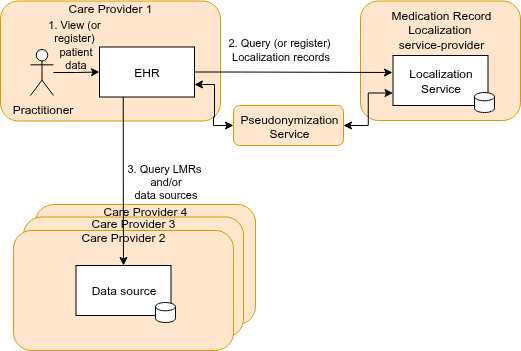
Earlier version of the draw.io export input/images/localization-overview-transactions.png (nuts-foundation/nl-generic-functions-ig). Source tidied: cells renumbered, new cells last; positions are measured from the earlier drawing's top-left corner, leaving out a move shared by most shapes.
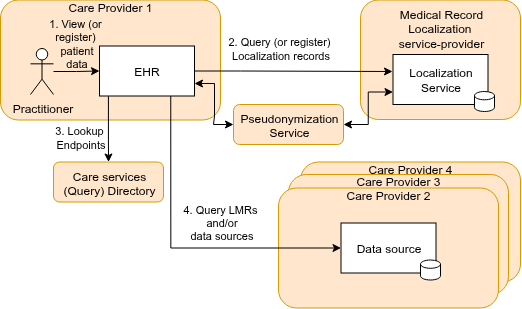
The same file after the commit.

What changed in the source:
```diff
@@ -3,10 +3,10 @@
     <mxCell id="0" />
     <mxCell id="1" parent="0" />
     <mxCell id="2" value="Care Provider 4" style="rounded=1;whiteSpace=wrap;html=1;verticalAlign=top;align=center;fillColor=#ffe6cc;strokeColor=#d79b00;spacing=-5;" parent="1" vertex="1">
-      <mxGeometry x="35" y="204" width="220" height="120" as="geometry" />
+      <mxGeometry x="300" y="162.5" width="220" height="120" as="geometry" />
     </mxCell>
     <mxCell id="3" value="Care Provider 3" style="rounded=1;whiteSpace=wrap;html=1;verticalAlign=top;align=center;fillColor=#ffe6cc;strokeColor=#d79b00;spacing=-5;" parent="1" vertex="1">
-      <mxGeometry x="23" y="216.5" width="220" height="120" as="geometry" />
+      <mxGeometry x="288" y="175" width="220" height="120" as="geometry" />
     </mxCell>
     <mxCell id="4" value="Care Provider 1" style="rounded=1;whiteSpace=wrap;html=1;verticalAlign=top;align=center;fillColor=#ffe6cc;strokeColor=#d79b00;spacing=-5;" parent="1" vertex="1">
       <mxGeometry y="0.5" width="220" height="120" as="geometry" />
@@ -31,7 +31,7 @@
     <mxCell id="10" value="EHR" style="rounded=0;whiteSpace=wrap;html=1;" parent="1" vertex="1">
       <mxGeometry x="99" y="46.5" width="95" height="50" as="geometry" />
     </mxCell>
-    <mxCell id="11" value="Medication Record Localization&amp;nbsp;&lt;div&gt;service-provider&lt;/div&gt;" style="rounded=1;whiteSpace=wrap;html=1;verticalAlign=top;align=center;fillColor=#ffe6cc;strokeColor=#d79b00;spacingLeft=9;horizontal=1;spacingRight=7;" parent="1" vertex="1">
+    <mxCell id="11" value="Medical Record Localization&amp;nbsp;&lt;div&gt;service-provider&lt;/div&gt;" style="rounded=1;whiteSpace=wrap;html=1;verticalAlign=top;align=center;fillColor=#ffe6cc;strokeColor=#d79b00;spacingLeft=9;horizontal=1;spacingRight=7;" parent="1" vertex="1">
       <mxGeometry x="360" y="0.5" width="160" height="119.5" as="geometry" />
     </mxCell>
     <mxCell id="12" style="edgeStyle=orthogonalEdgeStyle;rounded=0;jettySize=auto;html=1;exitX=1;exitY=0.5;exitDx=0;exitDy=0;entryX=0;entryY=0.5;entryDx=0;entryDy=0;" parent="1" edge="1" source="10">
@@ -49,20 +49,20 @@
       </mxGeometry>
     </mxCell>
     <mxCell id="14" value="Care Provider 2" style="rounded=1;whiteSpace=wrap;html=1;verticalAlign=top;align=center;fillColor=#ffe6cc;strokeColor=#d79b00;spacing=-5;" parent="1" vertex="1">
-      <mxGeometry x="13" y="230" width="220" height="120" as="geometry" />
+      <mxGeometry x="278" y="188.5" width="220" height="120" as="geometry" />
     </mxCell>
     <mxCell id="15" value="Data source" style="rounded=0;whiteSpace=wrap;html=1;" parent="1" vertex="1">
-      <mxGeometry x="75.5" y="265" width="95" height="50" as="geometry" />
+      <mxGeometry x="340.5" y="223.5" width="95" height="50" as="geometry" />
     </mxCell>
     <mxCell id="16" style="shape=cylinder3;whiteSpace=wrap;html=1;boundedLbl=1;backgroundOutline=1;size=4.14285714285711;" parent="1" vertex="1">
-      <mxGeometry x="155" y="302" width="20" height="20" as="geometry" />
+      <mxGeometry x="420" y="260.5" width="20" height="20" as="geometry" />
     </mxCell>
-    <mxCell id="17" style="edgeStyle=orthogonalEdgeStyle;rounded=0;jettySize=auto;html=1;exitX=0.25;exitY=1;exitDx=0;exitDy=0;" parent="1" edge="1" source="10" target="15">
+    <mxCell id="17" style="edgeStyle=orthogonalEdgeStyle;rounded=0;jettySize=auto;html=1;exitX=0.75;exitY=1;exitDx=0;exitDy=0;entryX=0;entryY=0.5;entryDx=0;entryDy=0;" parent="1" edge="1" source="10" target="15">
       <mxGeometry relative="1" as="geometry" />
     </mxCell>
-    <mxCell id="18" value="3. Query LMRs&amp;nbsp;&lt;div&gt;and/or&lt;div&gt;data sources&lt;/div&gt;&lt;/div&gt;" style="edgeLabel;html=1;align=center;verticalAlign=middle;" parent="17" vertex="1">
+    <mxCell id="18" value="4. Query LMRs&amp;nbsp;&lt;div&gt;and/or&lt;div&gt;data sources&lt;/div&gt;&lt;/div&gt;" style="edgeLabel;html=1;align=center;verticalAlign=middle;" parent="17" vertex="1">
       <mxGeometry x="-0.14" y="1" relative="1" as="geometry">
-        <mxPoint x="41" y="11" as="offset" />
+        <mxPoint x="49" y="-13" as="offset" />
       </mxGeometry>
     </mxCell>
     <mxCell id="19" style="edgeStyle=orthogonalEdgeStyle;rounded=0;jettySize=auto;html=1;entryX=0;entryY=0.75;entryDx=0;entryDy=0;startArrow=classic;startFill=1;exitX=1;exitY=0.5;exitDx=0;exitDy=0;" parent="1" edge="1" source="5" target="20">
@@ -74,5 +74,16 @@
     <mxCell id="21" style="shape=cylinder3;whiteSpace=wrap;html=1;boundedLbl=1;backgroundOutline=1;size=4.14285714285711;" parent="1" vertex="1">
       <mxGeometry x="474" y="92" width="20" height="20" as="geometry" />
     </mxCell>
+    <mxCell id="22" value="Care services (Query) Directory" style="rounded=1;whiteSpace=wrap;html=1;verticalAlign=top;align=center;fillColor=#ffe6cc;strokeColor=#d79b00;spacingLeft=9;horizontal=1;spacingRight=7;" parent="1" vertex="1">
+      <mxGeometry x="53" y="162.5" width="110" height="40" as="geometry" />
+    </mxCell>
+    <mxCell id="23" style="edgeStyle=orthogonalEdgeStyle;rounded=0;jettySize=auto;html=1;entryX=0.5;entryY=0;entryDx=0;entryDy=0;exitX=0.094;exitY=1.006;exitDx=0;exitDy=0;exitPerimeter=0;" parent="1" edge="1" source="10" target="22">
+      <mxGeometry relative="1" as="geometry" />
+    </mxCell>
+    <mxCell id="24" value="3. Lookup&amp;nbsp;&lt;div&gt;Endpoints&lt;/div&gt;" style="edgeLabel;html=1;align=center;verticalAlign=middle;" parent="23" vertex="1">
+      <mxGeometry x="0.15" relative="1" as="geometry">
+        <mxPoint x="-28" y="3" as="offset" />
+      </mxGeometry>
+    </mxCell>
   </root>
 </mxGraphModel>
```
